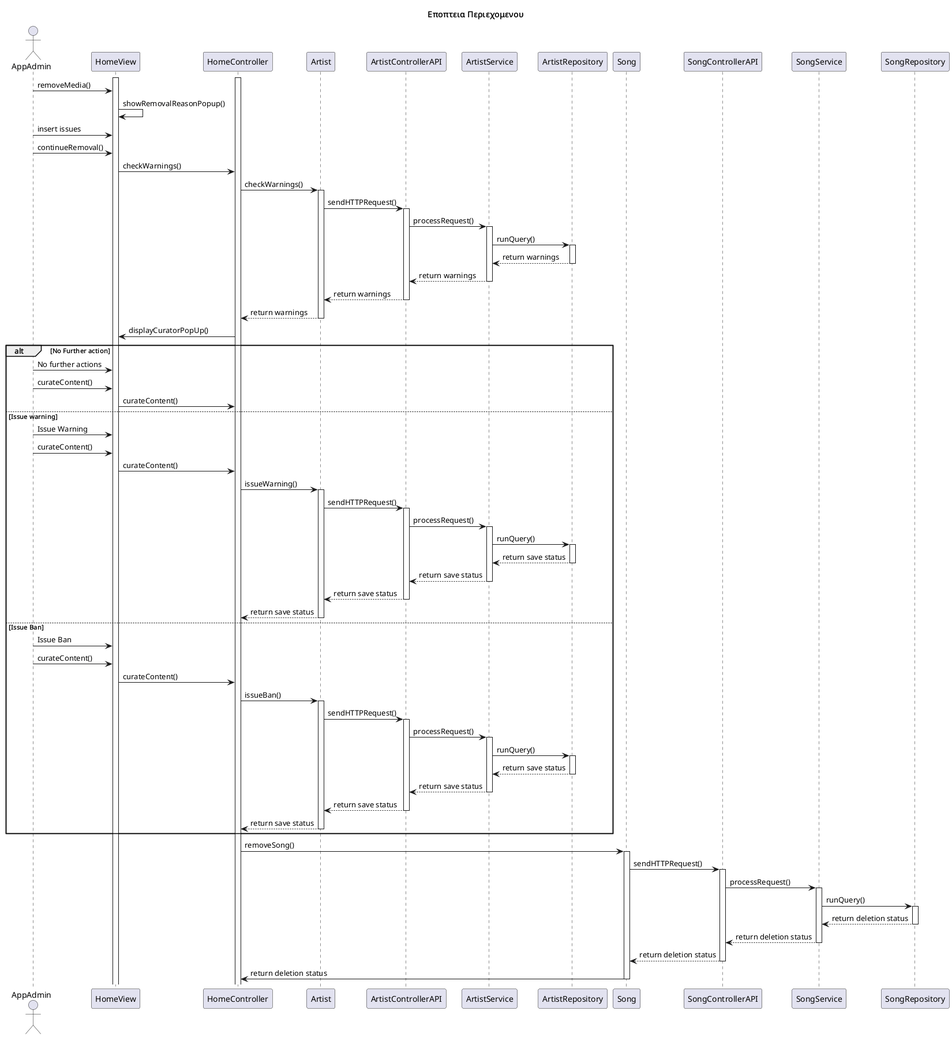
RubenKingCP/Tunix keeps this PlantUML diagram as Paradoteo_2/SequenceDiagrams/SequenceDiagram8.png. Above is the earlier version. Source of this version:
```plantuml
@startuml name

title Εποπτεια Περιεχομενου

actor AppAdmin
participant HomeView
participant HomeController
participant Artist
participant ArtistControllerAPI
participant ArtistService
participant ArtistRepository
participant Song
participant SongControllerAPI
participant SongService
participant SongRepository

activate HomeController
activate HomeView
AppAdmin -> HomeView : removeMedia()
HomeView -> HomeView : showRemovalReasonPopup()
AppAdmin -> HomeView : insert issues
AppAdmin -> HomeView : continueRemoval()
HomeView -> HomeController : checkWarnings()
HomeController -> Artist : checkWarnings()
activate Artist
Artist -> ArtistControllerAPI : sendHTTPRequest()
activate ArtistControllerAPI
ArtistControllerAPI -> ArtistService : processRequest()
activate ArtistService
ArtistService -> ArtistRepository : runQuery()
activate ArtistRepository
ArtistRepository --> ArtistService : return warnings
deactivate ArtistRepository
ArtistService --> ArtistControllerAPI : return warnings
deactivate ArtistService
ArtistControllerAPI --> Artist : return warnings
deactivate ArtistControllerAPI
Artist --> HomeController : return warnings
deactivate Artist
HomeController -> HomeView : displayCuratorPopUp()
alt No Further action
    AppAdmin -> HomeView : No further actions
    AppAdmin -> HomeView : curateContent()
    HomeView -> HomeController : curateContent()

else Issue warning
    AppAdmin -> HomeView : Issue Warning
    AppAdmin -> HomeView : curateContent()
    HomeView -> HomeController : curateContent()
    HomeController -> Artist : issueWarning()
    activate Artist
    Artist -> ArtistControllerAPI : sendHTTPRequest()
    activate ArtistControllerAPI
    ArtistControllerAPI -> ArtistService : processRequest()
    activate ArtistService
    ArtistService -> ArtistRepository : runQuery()
    activate ArtistRepository
    ArtistRepository --> ArtistService : return save status
    deactivate ArtistRepository
    ArtistService --> ArtistControllerAPI : return save status
    deactivate ArtistService
    ArtistControllerAPI --> Artist : return save status
    deactivate ArtistControllerAPI
    Artist --> HomeController : return save status
    deactivate Artist
else Issue Ban
    AppAdmin -> HomeView : Issue Ban
    AppAdmin -> HomeView : curateContent()
    HomeView -> HomeController : curateContent()
    HomeController -> Artist : issueBan()
    activate Artist
    Artist -> ArtistControllerAPI : sendHTTPRequest()
    activate ArtistControllerAPI
    ArtistControllerAPI -> ArtistService : processRequest()
    activate ArtistService
    ArtistService -> ArtistRepository : runQuery()
    activate ArtistRepository
    ArtistRepository --> ArtistService : return save status
    deactivate ArtistRepository
    ArtistService --> ArtistControllerAPI : return save status
    deactivate ArtistService
    ArtistControllerAPI --> Artist : return save status
    deactivate ArtistControllerAPI
    Artist --> HomeController : return save status
    deactivate Artist
end
HomeController -> Song : removeSong()
activate Song
Song -> SongControllerAPI : sendHTTPRequest()
activate SongControllerAPI
SongControllerAPI -> SongService : processRequest()
activate SongService
SongService -> SongRepository : runQuery()
activate SongRepository
SongRepository --> SongService : return deletion status
deactivate SongRepository
SongService --> SongControllerAPI : return deletion status
deactivate SongService
SongControllerAPI --> Song : return deletion status
deactivate SongControllerAPI
Song -> HomeController : return deletion status
deactivate Song
@enduml
```
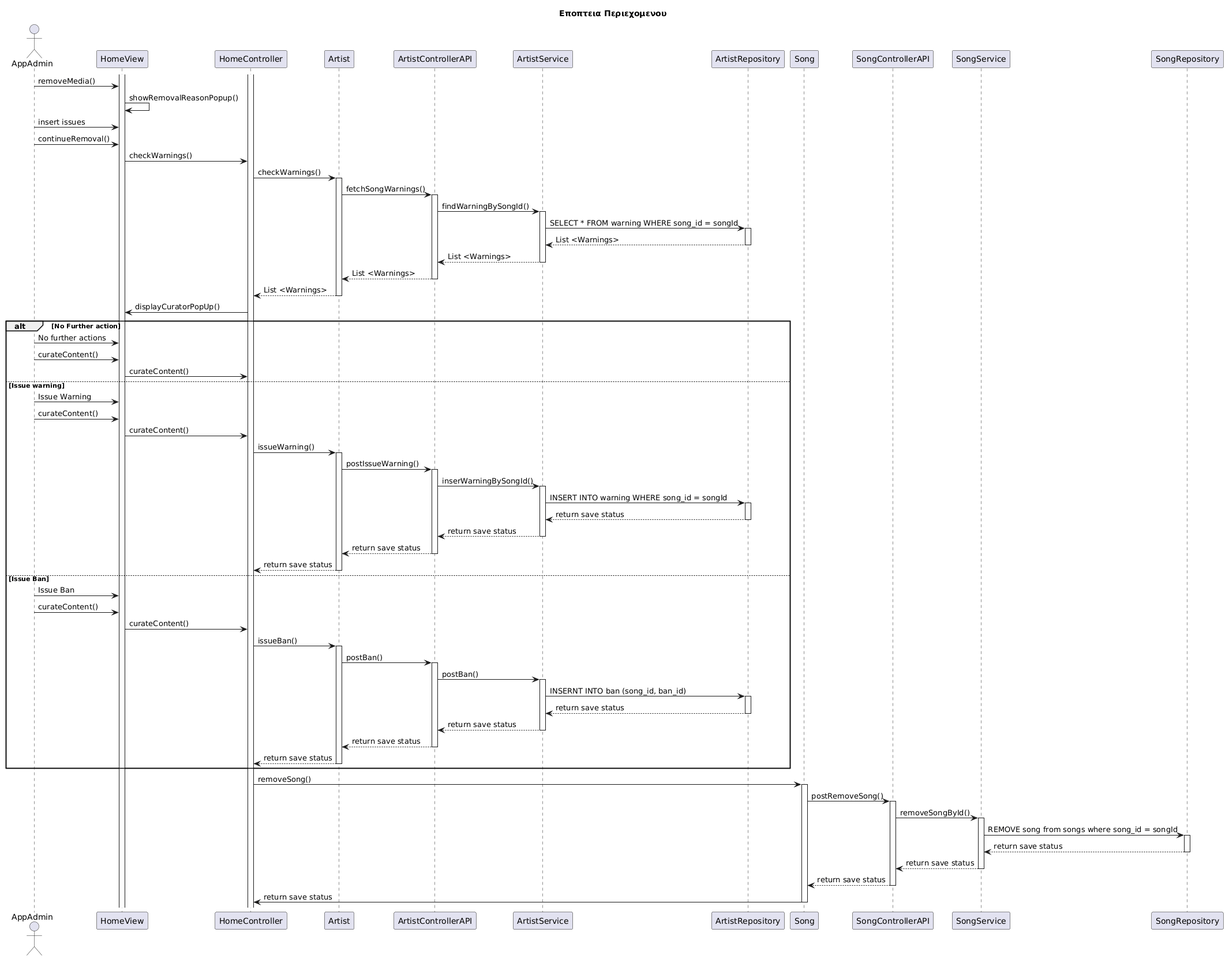
Above is the later version.

Commit message:
Refactor rest of sequence diagrams

The edit, as a diff of the source:
```diff
@@ -1,5 +1,4 @@
-@startuml name
-
+@startuml
 title Εποπτεια Περιεχομενου
 
 actor AppAdmin
@@ -23,19 +22,19 @@
 HomeView -> HomeController : checkWarnings()
 HomeController -> Artist : checkWarnings()
 activate Artist
-Artist -> ArtistControllerAPI : sendHTTPRequest()
+Artist -> ArtistControllerAPI : fetchSongWarnings()
 activate ArtistControllerAPI
-ArtistControllerAPI -> ArtistService : processRequest()
+ArtistControllerAPI -> ArtistService : findWarningBySongId()
 activate ArtistService
-ArtistService -> ArtistRepository : runQuery()
+ArtistService -> ArtistRepository : SELECT * FROM warning WHERE song_id = songId
 activate ArtistRepository
-ArtistRepository --> ArtistService : return warnings
+ArtistRepository --> ArtistService : List <Warnings>
 deactivate ArtistRepository
-ArtistService --> ArtistControllerAPI : return warnings
+ArtistService --> ArtistControllerAPI : List <Warnings>
 deactivate ArtistService
-ArtistControllerAPI --> Artist : return warnings
+ArtistControllerAPI --> Artist : List <Warnings>
 deactivate ArtistControllerAPI
-Artist --> HomeController : return warnings
+Artist --> HomeController : List <Warnings>
 deactivate Artist
 HomeController -> HomeView : displayCuratorPopUp()
 alt No Further action
@@ -49,11 +48,11 @@
     HomeView -> HomeController : curateContent()
     HomeController -> Artist : issueWarning()
     activate Artist
-    Artist -> ArtistControllerAPI : sendHTTPRequest()
+    Artist -> ArtistControllerAPI : postIssueWarning()
     activate ArtistControllerAPI
-    ArtistControllerAPI -> ArtistService : processRequest()
+    ArtistControllerAPI -> ArtistService : inserWarningBySongId()
     activate ArtistService
-    ArtistService -> ArtistRepository : runQuery()
+    ArtistService -> ArtistRepository : INSERT INTO warning WHERE song_id = songId
     activate ArtistRepository
     ArtistRepository --> ArtistService : return save status
     deactivate ArtistRepository
@@ -69,11 +68,11 @@
     HomeView -> HomeController : curateContent()
     HomeController -> Artist : issueBan()
     activate Artist
-    Artist -> ArtistControllerAPI : sendHTTPRequest()
+    Artist -> ArtistControllerAPI : postBan()
     activate ArtistControllerAPI
-    ArtistControllerAPI -> ArtistService : processRequest()
+    ArtistControllerAPI -> ArtistService : postBan()
     activate ArtistService
-    ArtistService -> ArtistRepository : runQuery()
+    ArtistService -> ArtistRepository : INSERNT INTO ban (song_id, ban_id)
     activate ArtistRepository
     ArtistRepository --> ArtistService : return save status
     deactivate ArtistRepository
@@ -86,18 +85,18 @@
 end
 HomeController -> Song : removeSong()
 activate Song
-Song -> SongControllerAPI : sendHTTPRequest()
+Song -> SongControllerAPI : postRemoveSong()
 activate SongControllerAPI
-SongControllerAPI -> SongService : processRequest()
+SongControllerAPI -> SongService : removeSongById()
 activate SongService
-SongService -> SongRepository : runQuery()
+SongService -> SongRepository : REMOVE song from songs where song_id = songId
 activate SongRepository
-SongRepository --> SongService : return deletion status
+SongRepository --> SongService : return save status
 deactivate SongRepository
-SongService --> SongControllerAPI : return deletion status
+SongService --> SongControllerAPI : return save status
 deactivate SongService
-SongControllerAPI --> Song : return deletion status
+SongControllerAPI --> Song : return save status
 deactivate SongControllerAPI
-Song -> HomeController : return deletion status
+Song -> HomeController : return save status
 deactivate Song
 @enduml
```
